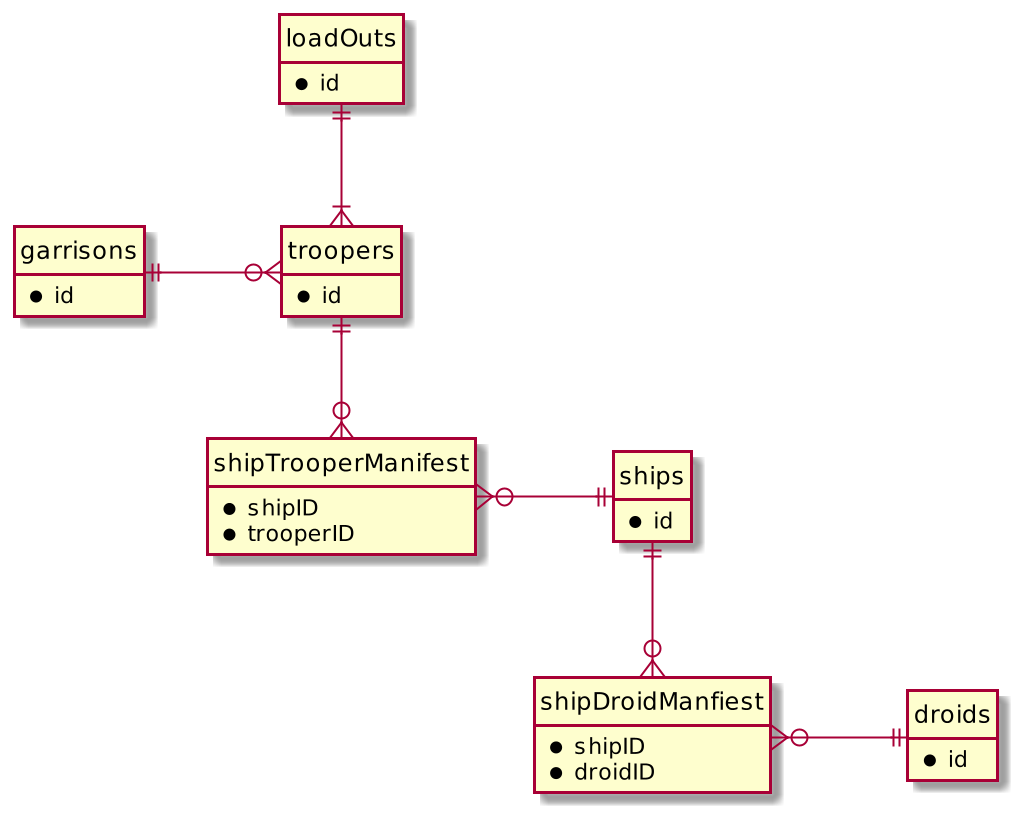
jeremytsang1/osu-cs-340-project keeps this PlantUML diagram as steps/2/step-2-draft-erd.png. Above is the earlier version. The source it was exported from:
```plantuml
@startuml

scale 1000 width          /' Set dimensions '/
skinparam linetype ortho  /' Avoid diagonal, as it doesn't look great in ERD '/

hide circle         /' Hide "E" symbol '/
hide empty fields   /' remove empty bar '/
hide empty methods  /' remove empty bar '/


entity troopers {
    * id
}

entity ships {
    * id
}

entity droids {
    * id
}

entity loadOuts {
    * id
}

entity garrisons {
    * id
}


entity shipTrooperManifest {
    * shipID
    * trooperID
}

entity shipDroidManfiest {
    * shipID
    * droidID
}


garrisons ||-o{ troopers:\t
loadOuts ||--|{ troopers  /' TODO: check if this is in fact 1-to-1 or 1-to-many '/

troopers ||--o{ shipTrooperManifest
shipTrooperManifest }o-|| ships:\t

ships ||--o{ shipDroidManfiest
shipDroidManfiest }o-|| droids:\t
@enduml
```
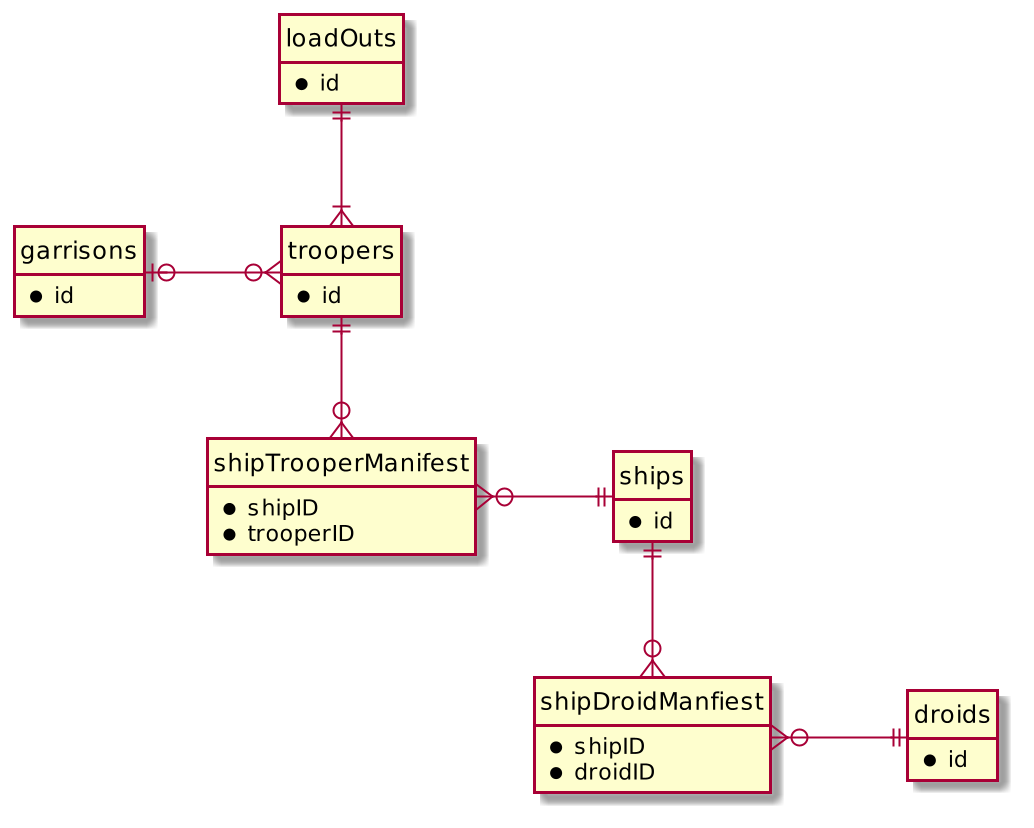
Above is the later version.

Commit message:
Update figure for garrisons troppers relationship

The edit, as a diff of the source:
```diff
@@ -40,7 +40,7 @@
 }
 
 
-garrisons ||-o{ troopers:\t
+garrisons |o-o{ troopers:\t
 loadOuts ||--|{ troopers  /' TODO: check if this is in fact 1-to-1 or 1-to-many '/
 
 troopers ||--o{ shipTrooperManifest
```
